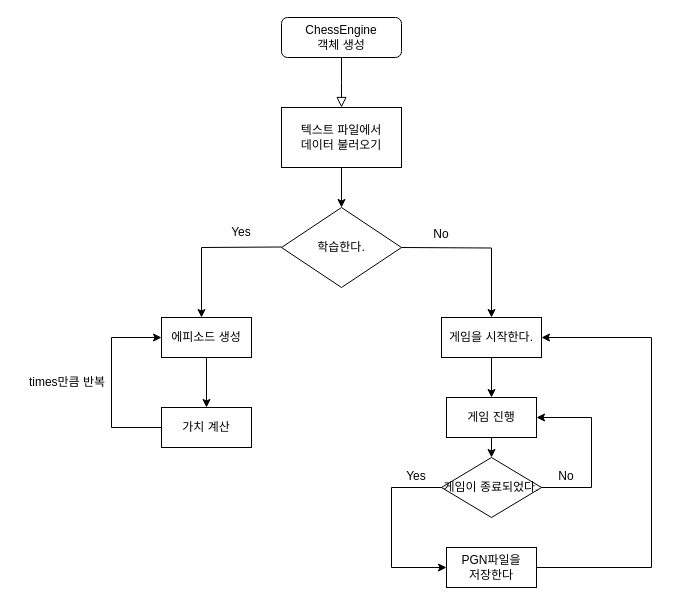
This is flowchart.drawio from Donggrangddang/ChessEngine, a draw.io file, before an edit. Source tidied: cells renumbered, new cells numbered last; positions are measured from the earlier drawing's top-left corner, leaving out a move shared by most shapes. Both pictures are drawn from the tidied source at 100%, with x=0, y=0 at pixel (17, 17).
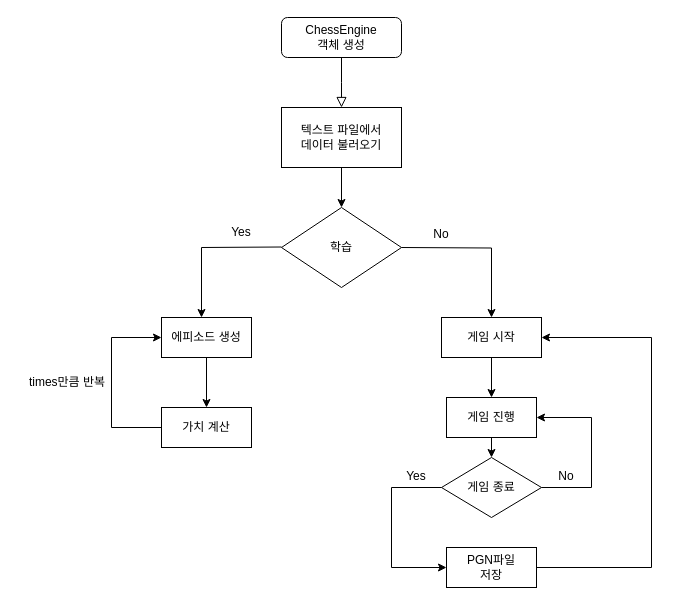
The same diagram, later.

Diff of the diagram source:
```diff
@@
-    <mxCell id="6" value="학습한다." style="rhombus;whiteSpace=wrap;html=1;" parent="1" vertex="1">
+    <mxCell id="6" value="학습" style="rhombus;whiteSpace=wrap;html=1;" parent="1" vertex="1">
       <mxGeometry x="264" y="190" width="120" height="80" as="geometry" />
     </mxCell>
@@
-    <mxCell id="16" value="게임을 시작한다." style="rounded=0;whiteSpace=wrap;html=1;" parent="1" vertex="1">
+    <mxCell id="16" value="게임 시작" style="rounded=0;whiteSpace=wrap;html=1;" parent="1" vertex="1">
       <mxGeometry x="424" y="300" width="100" height="40" as="geometry" />
     </mxCell>
@@
-    <mxCell id="18" value="게임이 종료되었다." style="rhombus;whiteSpace=wrap;html=1;" parent="1" vertex="1">
+    <mxCell id="18" value="게임 종료" style="rhombus;whiteSpace=wrap;html=1;" parent="1" vertex="1">
       <mxGeometry x="424" y="440" width="100" height="60" as="geometry" />
     </mxCell>
@@
-    <mxCell id="21" value="PGN파일을 &lt;br&gt;저장한다" style="rounded=0;whiteSpace=wrap;html=1;" parent="1" vertex="1">
+    <mxCell id="21" value="PGN파일&lt;br&gt;저장" style="rounded=0;whiteSpace=wrap;html=1;" parent="1" vertex="1">
       <mxGeometry x="429" y="530" width="90" height="40" as="geometry" />
     </mxCell>
```
